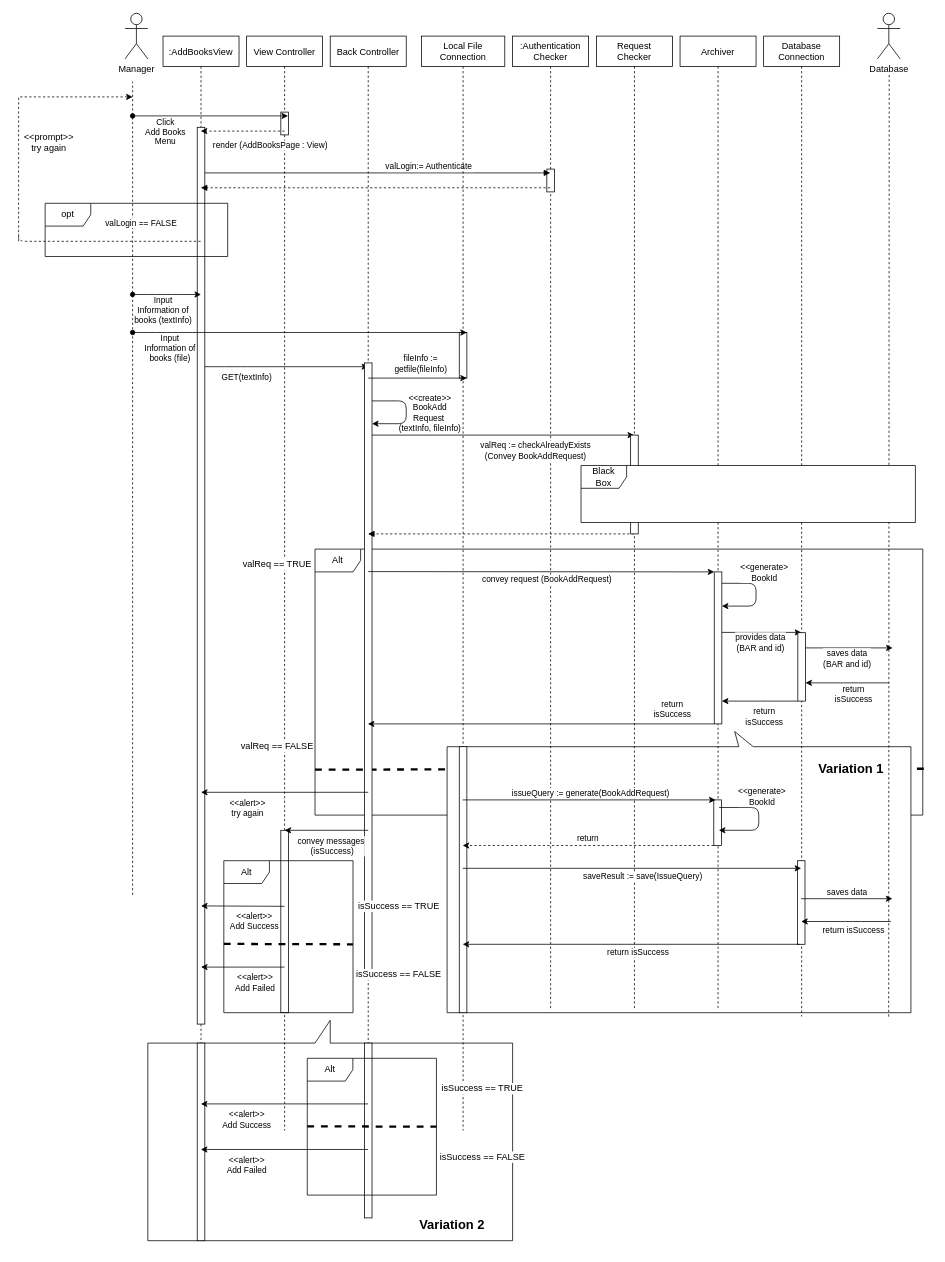
Before: docs/SequenceDiagram/diagrams/SD-UC-03.drawio in youngkwon02/Enhanced-library-management, a draw.io diagram. Source tidied: cells renumbered, new cells numbered last; positions are measured from the earlier drawing's top-left corner, leaving out a move shared by most shapes. Both pictures are drawn from the tidied source at 76%, with x=0, y=0 at pixel (18, 13).
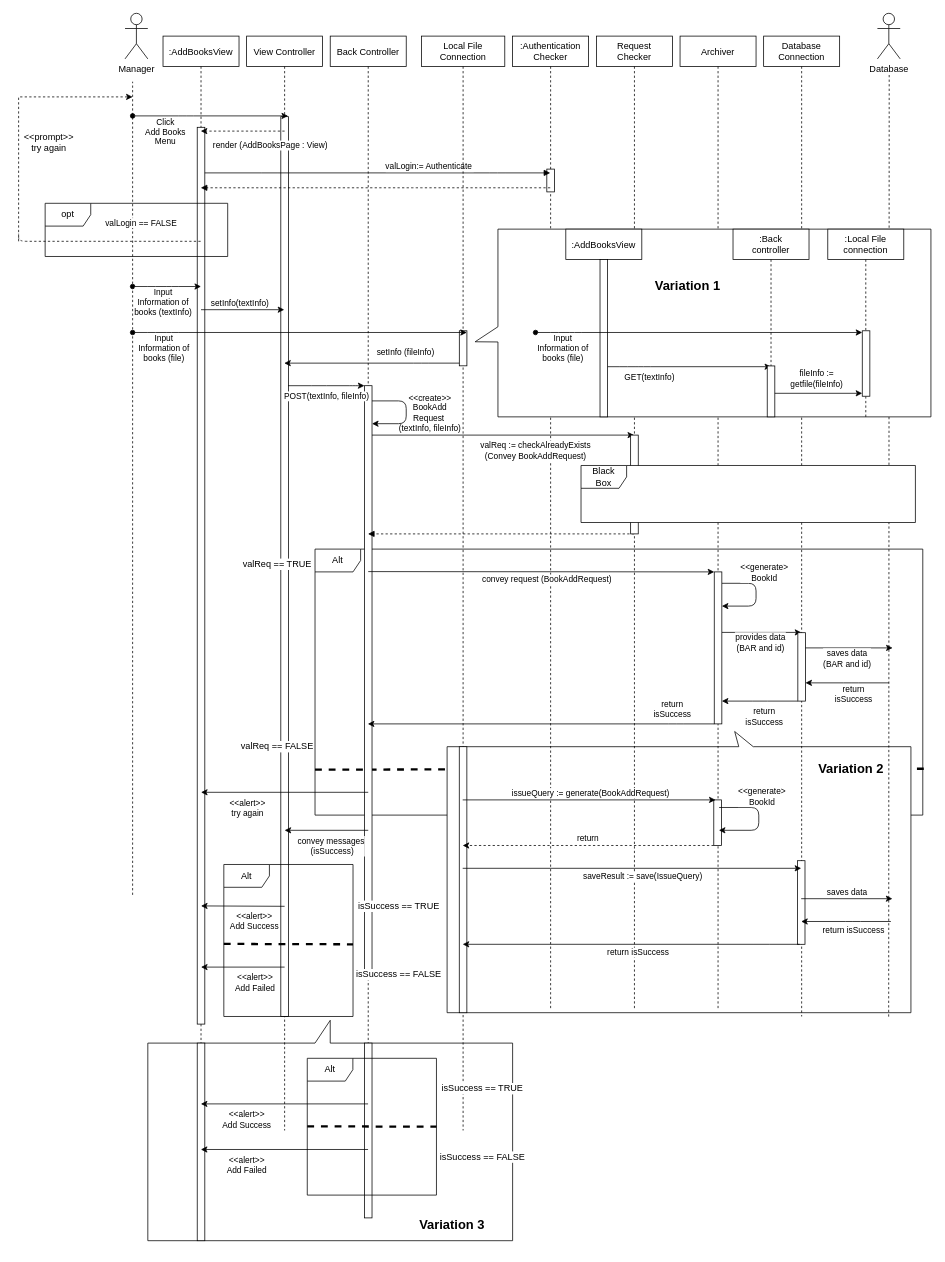
The same page after the edit.

Unchanged cells that the change refers to:
```xml
<mxCell id="13" value="View Controller" style="shape=umlLifeline;perimeter=lifelinePerimeter;rounded=0;shadow=0;strokeWidth=1;" parent="1" vertex="1">
  <mxGeometry x="300" y="30" width="100" height="1440" as="geometry" />
</mxCell>
<mxCell id="19" value="Back Controller" style="shape=umlLifeline;perimeter=lifelinePerimeter;rounded=0;shadow=0;strokeWidth=1;" parent="1" vertex="1">
  <mxGeometry x="410" y="30" width="100" height="1440" as="geometry" />
</mxCell>
<mxCell id="22" value="Local File&#10;Connection" style="shape=umlLifeline;perimeter=lifelinePerimeter;rounded=0;shadow=0;strokeWidth=1;" parent="1" vertex="1">
  <mxGeometry x="530" y="30" width="109.7" height="1440" as="geometry" />
</mxCell>
<mxCell id="31" style="endArrow=classic;html=1;startArrow=oval;startFill=1;" parent="1" edge="1">
  <mxGeometry relative="1" as="geometry">
    <mxPoint x="150" y="420" as="sourcePoint" />
    <mxPoint x="589.8" y="420" as="targetPoint" />
    <Array as="points">
      <mxPoint x="180" y="420" />
      <mxPoint x="200" y="420" />
    </Array>
  </mxGeometry>
</mxCell>
```

Diff of the diagram source:
```diff
@@
-    <mxCell id="6" style="endArrow=classic;html=1;startArrow=none;startFill=0;strokeWidth=1;" parent="1" edge="1">
-      <mxGeometry relative="1" as="geometry">
-        <mxPoint x="240.1" y="465" as="sourcePoint" />
-        <mxPoint x="459.9" y="465" as="targetPoint" />
-        <Array as="points">
-          <mxPoint x="270.9" y="465" />
-          <mxPoint x="290.9" y="465" />
-        </Array>
-      </mxGeometry>
-    </mxCell>
-    <mxCell id="7" value="GET(textInfo)" style="edgeLabel;html=1;align=center;verticalAlign=middle;labelBorderColor=none;labelBackgroundColor=#ffffff;" parent="6" vertex="1">
-      <mxGeometry x="-0.17" y="-1" relative="1" as="geometry">
-        <mxPoint x="-32" y="12" as="offset" />
-      </mxGeometry>
-    </mxCell>
@@
     <mxCell id="14" style="perimeter=orthogonalPerimeter;rounded=0;shadow=0;strokeWidth=1;" parent="13" vertex="1">
-      <mxGeometry x="45" y="100" width="10" height="30" as="geometry" />
+      <mxGeometry x="45" y="106" width="10" height="1184" as="geometry" />
     </mxCell>
-    <mxCell id="15" style="perimeter=orthogonalPerimeter;rounded=0;shadow=0;strokeWidth=1;" parent="13" vertex="1">
-      <mxGeometry x="45" y="1045" width="10" height="240" as="geometry" />
-    </mxCell>
@@
     <mxCell id="20" style="perimeter=orthogonalPerimeter;rounded=0;shadow=0;strokeWidth=1;" parent="19" vertex="1">
-      <mxGeometry x="45" y="430" width="10" height="805" as="geometry" />
+      <mxGeometry x="45" y="460" width="10" height="775" as="geometry" />
     </mxCell>
@@
     <mxCell id="23" style="perimeter=orthogonalPerimeter;rounded=0;shadow=0;strokeWidth=1;direction=south;rotation=90;" parent="22" vertex="1">
-      <mxGeometry x="24.8" y="415" width="60" height="10" as="geometry" />
+      <mxGeometry x="31.8" y="405.8" width="46.1" height="10" as="geometry" />
     </mxCell>
-    <mxCell id="24" value="Variation 2" style="text;html=1;strokeColor=none;fillColor=none;align=center;verticalAlign=middle;rounded=0;labelBackgroundColor=#ffffff;fontSize=17;fontStyle=1;" parent="22" vertex="1">
+    <mxCell id="24" value="Variation 3" style="text;html=1;strokeColor=none;fillColor=none;align=center;verticalAlign=middle;rounded=0;labelBackgroundColor=#ffffff;fontSize=17;fontStyle=1;" parent="22" vertex="1">
       <mxGeometry x="-30.3" y="1535" width="140" height="60" as="geometry" />
     </mxCell>
@@
     <mxCell id="28" style="endArrow=classic;html=1;startArrow=oval;startFill=1;" parent="1" edge="1">
       <mxGeometry relative="1" as="geometry">
-        <mxPoint x="150" y="370" as="sourcePoint" />
-        <mxPoint x="240" y="370" as="targetPoint" />
+        <mxPoint x="150" y="359.5" as="sourcePoint" />
+        <mxPoint x="240" y="359.5" as="targetPoint" />
         <Array as="points">
-          <mxPoint x="180" y="370" />
-          <mxPoint x="200" y="370" />
+          <mxPoint x="180" y="359.5" />
+          <mxPoint x="200" y="359.5" />
         </Array>
       </mxGeometry>
     </mxCell>
@@
     <mxCell id="32" value="Input&lt;br&gt;Information of&lt;br&gt;books (file)" style="edgeLabel;html=1;align=center;verticalAlign=middle;" parent="31" vertex="1">
       <mxGeometry x="-0.17" y="-1" relative="1" as="geometry">
-        <mxPoint x="-135" y="19" as="offset" />
+        <mxPoint x="-143" y="19" as="offset" />
       </mxGeometry>
     </mxCell>
-    <mxCell id="33" style="endArrow=classic;html=1;" parent="1" edge="1">
-      <mxGeometry relative="1" as="geometry">
-        <mxPoint x="460" y="480" as="sourcePoint" />
-        <mxPoint x="589.8" y="480" as="targetPoint" />
-      </mxGeometry>
-    </mxCell>
-    <mxCell id="34" value="fileInfo := &lt;br&gt;getfile(fileInfo)" style="edgeLabel;html=1;align=center;verticalAlign=middle;" parent="33" vertex="1">
-      <mxGeometry x="0.85" y="-1" relative="1" as="geometry">
-        <mxPoint x="-52" y="-21" as="offset" />
-      </mxGeometry>
-    </mxCell>
@@
     <mxCell id="80" value="Alt" style="shape=umlFrame;whiteSpace=wrap;html=1;labelBackgroundColor=#ffffff;fillColor=#FFFFFF;gradientColor=none;" parent="1" vertex="1">
-      <mxGeometry x="270" y="1115" width="170" height="200" as="geometry" />
+      <mxGeometry x="270" y="1120" width="170" height="200" as="geometry" />
     </mxCell>
@@
-    <mxCell id="98" value="Variation 1" style="text;html=1;strokeColor=none;fillColor=none;align=center;verticalAlign=middle;rounded=0;labelBackgroundColor=#ffffff;fontSize=17;fontStyle=1;" parent="1" vertex="1">
+    <mxCell id="98" value="Variation 2" style="text;html=1;strokeColor=none;fillColor=none;align=center;verticalAlign=middle;rounded=0;labelBackgroundColor=#ffffff;fontSize=17;fontStyle=1;" parent="1" vertex="1">
       <mxGeometry x="1024.7" y="965" width="140" height="60" as="geometry" />
     </mxCell>
@@
+    <mxCell id="110" style="shape=callout;whiteSpace=wrap;html=1;perimeter=calloutPerimeter;position2=0.6;size=30;position=0.52;base=20;rotation=-180;direction=north;" parent="1" vertex="1">
+      <mxGeometry x="600.7" y="284" width="599.7" height="247" as="geometry" />
+    </mxCell>
+    <mxCell id="111" style="endArrow=classic;html=1;startArrow=none;startFill=0;strokeWidth=1;" parent="1" edge="1">
+      <mxGeometry relative="1" as="geometry">
+        <mxPoint x="770.3" y="465" as="sourcePoint" />
+        <mxPoint x="990.1" y="465" as="targetPoint" />
+        <Array as="points">
+          <mxPoint x="801.1" y="465" />
+          <mxPoint x="821.1" y="465" />
+        </Array>
+      </mxGeometry>
+    </mxCell>
+    <mxCell id="112" value="GET(textInfo)" style="edgeLabel;html=1;align=center;verticalAlign=middle;labelBorderColor=none;labelBackgroundColor=#ffffff;" parent="111" vertex="1">
+      <mxGeometry x="-0.17" y="-1" relative="1" as="geometry">
+        <mxPoint x="-32" y="12" as="offset" />
+      </mxGeometry>
+    </mxCell>
+    <mxCell id="113" style="endArrow=classic;html=1;" parent="1" edge="1">
+      <mxGeometry relative="1" as="geometry">
+        <mxPoint x="990.2" y="500" as="sourcePoint" />
+        <mxPoint x="1110" y="500" as="targetPoint" />
+      </mxGeometry>
+    </mxCell>
+    <mxCell id="34" value="fileInfo := &lt;br&gt;getfile(fileInfo)" style="edgeLabel;html=1;align=center;verticalAlign=middle;" parent="113" vertex="1">
+      <mxGeometry x="0.85" y="-1" relative="1" as="geometry">
+        <mxPoint x="-52" y="-21" as="offset" />
+      </mxGeometry>
+    </mxCell>
+    <mxCell id="114" value=":AddBooksView" style="shape=umlLifeline;perimeter=lifelinePerimeter;rounded=0;shadow=0;strokeWidth=1;" parent="1" vertex="1">
+      <mxGeometry x="720" y="284" width="100" height="247" as="geometry" />
+    </mxCell>
+    <mxCell id="115" style="perimeter=orthogonalPerimeter;rounded=0;shadow=0;strokeWidth=1;" parent="114" vertex="1">
+      <mxGeometry x="45" y="40" width="10" height="207" as="geometry" />
+    </mxCell>
+    <mxCell id="116" style="endArrow=classic;html=1;startArrow=oval;startFill=1;" parent="1" edge="1">
+      <mxGeometry relative="1" as="geometry">
+        <mxPoint x="680.2" y="420" as="sourcePoint" />
+        <mxPoint x="1110" y="420" as="targetPoint" />
+        <Array as="points">
+          <mxPoint x="710.2" y="420" />
+          <mxPoint x="730.2" y="420" />
+        </Array>
+      </mxGeometry>
+    </mxCell>
+    <mxCell id="117" value="Input&lt;br&gt;Information of&lt;br&gt;books (file)" style="edgeLabel;html=1;align=center;verticalAlign=middle;" parent="116" vertex="1">
+      <mxGeometry x="-0.17" y="-1" relative="1" as="geometry">
+        <mxPoint x="-143" y="19" as="offset" />
+      </mxGeometry>
+    </mxCell>
+    <mxCell id="118" value=":Back&#10;controller" style="shape=umlLifeline;perimeter=lifelinePerimeter;rounded=0;shadow=0;strokeWidth=1;" parent="1" vertex="1">
+      <mxGeometry x="940" y="284" width="100" height="247" as="geometry" />
+    </mxCell>
+    <mxCell id="119" style="perimeter=orthogonalPerimeter;rounded=0;shadow=0;strokeWidth=1;" parent="118" vertex="1">
+      <mxGeometry x="45" y="180" width="10" height="67" as="geometry" />
+    </mxCell>
+    <mxCell id="120" value=":Local File&#10;connection" style="shape=umlLifeline;perimeter=lifelinePerimeter;rounded=0;shadow=0;strokeWidth=1;" parent="1" vertex="1">
+      <mxGeometry x="1064.7" y="284" width="100" height="247" as="geometry" />
+    </mxCell>
+    <mxCell id="121" style="perimeter=orthogonalPerimeter;rounded=0;shadow=0;strokeWidth=1;direction=south;rotation=90;" parent="1" vertex="1">
+      <mxGeometry x="1072" y="455.8" width="86.1" height="10" as="geometry" />
+    </mxCell>
+    <mxCell id="122" value="Variation 1" style="text;html=1;strokeColor=none;fillColor=none;align=center;verticalAlign=middle;rounded=0;labelBackgroundColor=#ffffff;fontSize=17;fontStyle=1;" parent="1" vertex="1">
+      <mxGeometry x="810" y="330" width="140" height="60" as="geometry" />
+    </mxCell>
+    <mxCell id="6" style="endArrow=classic;html=1;startArrow=none;startFill=0;strokeWidth=1;" parent="1" edge="1">
+      <mxGeometry relative="1" as="geometry">
+        <mxPoint x="354.5" y="490" as="sourcePoint" />
+        <mxPoint x="455" y="490" as="targetPoint" />
+        <Array as="points">
+          <mxPoint x="395" y="490" />
+          <mxPoint x="445" y="490" />
+        </Array>
+      </mxGeometry>
+    </mxCell>
+    <mxCell id="7" value="POST(textInfo, fileInfo)" style="edgeLabel;html=1;align=center;verticalAlign=middle;labelBorderColor=none;labelBackgroundColor=#ffffff;" parent="6" vertex="1">
+      <mxGeometry x="-0.17" y="-1" relative="1" as="geometry">
+        <mxPoint x="8" y="12" as="offset" />
+      </mxGeometry>
+    </mxCell>
+    <mxCell id="123" style="endArrow=classic;html=1;" parent="1" edge="1" target="13">
+      <mxGeometry relative="1" as="geometry">
+        <mxPoint x="240" y="390" as="sourcePoint" />
+      </mxGeometry>
+    </mxCell>
+    <mxCell id="124" value="setInfo(textInfo)" style="edgeLabel;html=1;align=center;verticalAlign=middle;" parent="123" vertex="1">
+      <mxGeometry x="0.85" y="-1" relative="1" as="geometry">
+        <mxPoint x="-51" y="-11" as="offset" />
+      </mxGeometry>
+    </mxCell>
+    <mxCell id="125" style="endArrow=classic;html=1;" parent="1" edge="1" target="13">
+      <mxGeometry relative="1" as="geometry">
+        <mxPoint x="579.8" y="460.3" as="sourcePoint" />
+        <Array as="points">
+          <mxPoint x="529.8" y="460.3" />
+        </Array>
+      </mxGeometry>
+    </mxCell>
+    <mxCell id="126" value="setInfo (fileInfo)" style="edgeLabel;html=1;align=center;verticalAlign=middle;" parent="125" vertex="1">
+      <mxGeometry x="-0.36" y="-3" relative="1" as="geometry">
+        <mxPoint x="3" y="-12" as="offset" />
+      </mxGeometry>
+    </mxCell>
```
